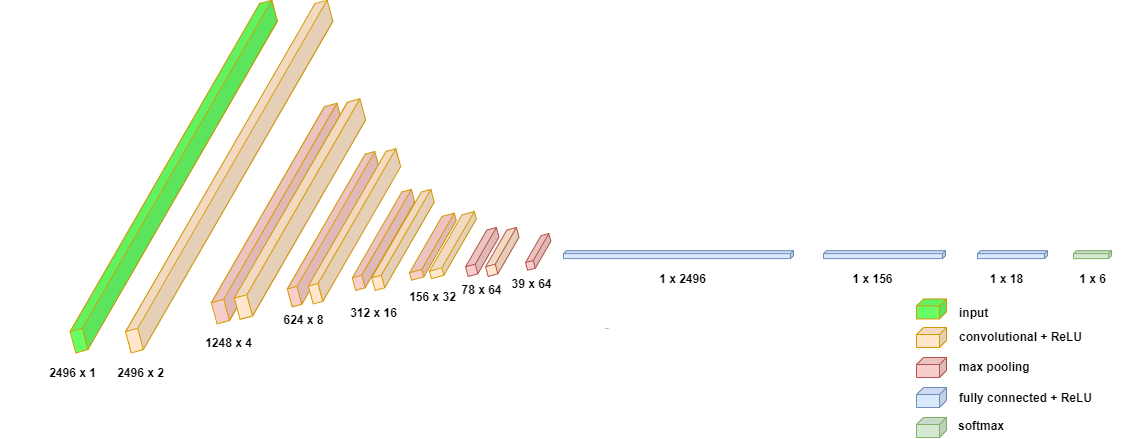
Earlier version of the draw.io export 1D CNN.png (krupaanand312jc/EMG_Hand_Movements_NN). Source tidied: cells renumbered, new cells last; positions are measured from the earlier drawing's top-left corner, leaving out a move shared by most shapes.
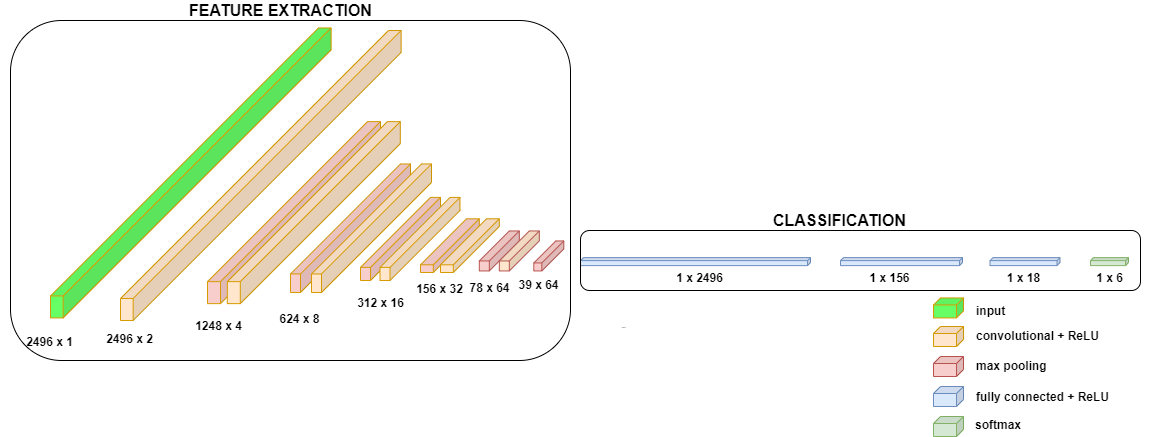
After the change.

Diff of the diagram source:
```diff
@@ -2,30 +2,30 @@
   <root>
     <mxCell id="0" />
     <mxCell id="1" parent="0" />
-    <mxCell id="2" style="shape=cube;whiteSpace=wrap;html=1;boundedLbl=1;backgroundOutline=1;darkOpacity=0.05;darkOpacity2=0.1;size=160;direction=east;flipH=1;strokeColor=#d79b00;rotation=345;fillColor=#F8CECC;" parent="1" vertex="1">
-      <mxGeometry x="167" y="91.1" width="173" height="182" as="geometry" />
-    </mxCell>
-    <mxCell id="3" style="shape=cube;whiteSpace=wrap;html=1;boundedLbl=1;backgroundOutline=1;darkOpacity=0.05;darkOpacity2=0.1;size=110;direction=east;flipH=1;strokeColor=#d79b00;rotation=345;fillColor=#F8CECC;" parent="1" vertex="1">
-      <mxGeometry x="250" y="133.4" width="120" height="128.6" as="geometry" />
-    </mxCell>
-    <mxCell id="4" style="shape=cube;whiteSpace=wrap;html=1;boundedLbl=1;backgroundOutline=1;darkOpacity=0.05;darkOpacity2=0.1;size=70;direction=east;flipH=1;strokeColor=#d79b00;rotation=345;fillColor=#F8CECC;" parent="1" vertex="1">
-      <mxGeometry x="320" y="166.9" width="80" height="83.1" as="geometry" />
-    </mxCell>
-    <mxCell id="5" style="shape=cube;whiteSpace=wrap;html=1;boundedLbl=1;backgroundOutline=1;darkOpacity=0.05;darkOpacity2=0.1;size=46;direction=east;flipH=1;strokeColor=#d79b00;rotation=345;fillColor=#F8CECC;" parent="1" vertex="1">
-      <mxGeometry x="380" y="188.3" width="58.8" height="53.7" as="geometry" />
-    </mxCell>
-    <mxCell id="6" style="shape=cube;whiteSpace=wrap;html=1;boundedLbl=1;backgroundOutline=1;darkOpacity=0.05;darkOpacity2=0.1;size=22;direction=east;flipH=1;fillColor=#f8cecc;strokeColor=#b85450;rotation=345;" parent="1" vertex="1">
-      <mxGeometry x="499.7" y="205.4" width="30" height="30" as="geometry" />
-    </mxCell>
-    <mxCell id="7" style="shape=cube;whiteSpace=wrap;html=1;boundedLbl=1;backgroundOutline=1;darkOpacity=0.05;darkOpacity2=0.1;size=3;direction=east;flipH=1;fillColor=#dae8fc;strokeColor=#6c8ebf;" parent="1" vertex="1">
-      <mxGeometry x="540" y="219.1" width="230" height="8" as="geometry" />
-    </mxCell>
-    <mxCell id="8" style="shape=cube;whiteSpace=wrap;html=1;boundedLbl=1;backgroundOutline=1;darkOpacity=0.05;darkOpacity2=0.1;size=3;direction=east;flipH=1;fillColor=#dae8fc;strokeColor=#6c8ebf;" parent="1" vertex="1">
-      <mxGeometry x="800" y="219.1" width="122" height="8" as="geometry" />
-    </mxCell>
-    <mxCell id="9" style="shape=cube;whiteSpace=wrap;html=1;boundedLbl=1;backgroundOutline=1;darkOpacity=0.05;darkOpacity2=0.1;size=3;direction=east;flipH=1;fillColor=#dae8fc;strokeColor=#6c8ebf;" parent="1" vertex="1">
-      <mxGeometry x="954" y="219.1" width="70" height="8" as="geometry" />
-    </mxCell>
+    <mxCell id="42" style="shape=cube;whiteSpace=wrap;html=1;boundedLbl=1;backgroundOutline=1;darkOpacity=0.05;darkOpacity2=0.1;size=160;direction=east;flipH=1;strokeColor=#d79b00;rotation=0;fillColor=#F8CECC;" parent="1" vertex="1">
+      <mxGeometry x="167" y="91.1" width="173" height="182" as="geometry" />
+    </mxCell>
+    <mxCell id="43" style="shape=cube;whiteSpace=wrap;html=1;boundedLbl=1;backgroundOutline=1;darkOpacity=0.05;darkOpacity2=0.1;size=110;direction=east;flipH=1;strokeColor=#d79b00;rotation=0;fillColor=#F8CECC;" parent="1" vertex="1">
+      <mxGeometry x="250" y="133.4" width="120" height="128.6" as="geometry" />
+    </mxCell>
+    <mxCell id="44" style="shape=cube;whiteSpace=wrap;html=1;boundedLbl=1;backgroundOutline=1;darkOpacity=0.05;darkOpacity2=0.1;size=70;direction=east;flipH=1;strokeColor=#d79b00;rotation=0;fillColor=#F8CECC;" parent="1" vertex="1">
+      <mxGeometry x="320" y="166.9" width="80" height="83.1" as="geometry" />
+    </mxCell>
+    <mxCell id="45" style="shape=cube;whiteSpace=wrap;html=1;boundedLbl=1;backgroundOutline=1;darkOpacity=0.05;darkOpacity2=0.1;size=46;direction=east;flipH=1;strokeColor=#d79b00;rotation=0;fillColor=#F8CECC;" parent="1" vertex="1">
+      <mxGeometry x="380" y="188.3" width="58.8" height="53.7" as="geometry" />
+    </mxCell>
+    <mxCell id="46" style="shape=cube;whiteSpace=wrap;html=1;boundedLbl=1;backgroundOutline=1;darkOpacity=0.05;darkOpacity2=0.1;size=22;direction=east;flipH=1;fillColor=#f8cecc;strokeColor=#b85450;rotation=0;" parent="1" vertex="1">
+      <mxGeometry x="493.3" y="210.4" width="30" height="30" as="geometry" />
+    </mxCell>
+    <mxCell id="47" style="shape=cube;whiteSpace=wrap;html=1;boundedLbl=1;backgroundOutline=1;darkOpacity=0.05;darkOpacity2=0.1;size=3;direction=east;flipH=1;fillColor=#dae8fc;strokeColor=#6c8ebf;" parent="1" vertex="1">
+      <mxGeometry x="540" y="227.1" width="230" height="8" as="geometry" />
+    </mxCell>
+    <mxCell id="48" style="shape=cube;whiteSpace=wrap;html=1;boundedLbl=1;backgroundOutline=1;darkOpacity=0.05;darkOpacity2=0.1;size=3;direction=east;flipH=1;fillColor=#dae8fc;strokeColor=#6c8ebf;" parent="1" vertex="1">
+      <mxGeometry x="800" y="227.1" width="122" height="8" as="geometry" />
+    </mxCell>
+    <mxCell id="49" style="shape=cube;whiteSpace=wrap;html=1;boundedLbl=1;backgroundOutline=1;darkOpacity=0.05;darkOpacity2=0.1;size=3;direction=east;flipH=1;fillColor=#dae8fc;strokeColor=#6c8ebf;" parent="1" vertex="1">
+      <mxGeometry x="949.5" y="227.1" width="70" height="8" as="geometry" />
+    </mxCell>
     <mxCell id="10" style="shape=cube;whiteSpace=wrap;html=1;boundedLbl=1;backgroundOutline=1;darkOpacity=0.05;darkOpacity2=0.1;size=7;direction=east;flipH=1;fillColor=#ffe6cc;strokeColor=#d79b00;" parent="1" vertex="1">
       <mxGeometry x="893" y="296" width="30" height="20" as="geometry" />
     </mxCell>
@@ -35,14 +35,14 @@
     <mxCell id="12" style="shape=cube;whiteSpace=wrap;html=1;boundedLbl=1;backgroundOutline=1;darkOpacity=0.05;darkOpacity2=0.1;size=7;direction=east;flipH=1;fillColor=#dae8fc;strokeColor=#6c8ebf;" parent="1" vertex="1">
       <mxGeometry x="893" y="356" width="30" height="20" as="geometry" />
     </mxCell>
-    <mxCell id="13" style="shape=cube;whiteSpace=wrap;html=1;boundedLbl=1;backgroundOutline=1;darkOpacity=0.05;darkOpacity2=0.1;size=3;direction=east;flipH=1;fillColor=#d5e8d4;strokeColor=#82b366;" parent="1" vertex="1">
-      <mxGeometry x="1050" y="219.1" width="38" height="8" as="geometry" />
-    </mxCell>
+    <mxCell id="50" style="shape=cube;whiteSpace=wrap;html=1;boundedLbl=1;backgroundOutline=1;darkOpacity=0.05;darkOpacity2=0.1;size=3;direction=east;flipH=1;fillColor=#d5e8d4;strokeColor=#82b366;" parent="1" vertex="1">
+      <mxGeometry x="1050" y="227.1" width="38" height="8" as="geometry" />
+    </mxCell>
     <mxCell id="14" style="shape=cube;whiteSpace=wrap;html=1;boundedLbl=1;backgroundOutline=1;darkOpacity=0.05;darkOpacity2=0.1;size=7;direction=east;flipH=1;fillColor=#d5e8d4;strokeColor=#82b366;" parent="1" vertex="1">
       <mxGeometry x="893" y="386" width="30" height="20" as="geometry" />
     </mxCell>
     <mxCell id="15" value="2496 x 2" style="text;html=1;strokeColor=none;fillColor=none;align=center;verticalAlign=middle;whiteSpace=wrap;rounded=0;fontStyle=1;" parent="1" vertex="1">
-      <mxGeometry x="68" y="326" width="99" height="30" as="geometry" />
+      <mxGeometry x="40" y="293.1" width="99" height="30" as="geometry" />
     </mxCell>
     <mxCell id="16" value="convolutional + ReLU" style="text;html=1;strokeColor=none;fillColor=none;align=left;verticalAlign=middle;whiteSpace=wrap;rounded=0;fontStyle=1;" parent="1" vertex="1">
       <mxGeometry x="934" y="293.1" width="138" height="23.9" as="geometry" />
@@ -56,50 +56,50 @@
     <mxCell id="19" value="softmax" style="text;html=1;strokeColor=none;fillColor=none;align=left;verticalAlign=middle;whiteSpace=wrap;rounded=0;fontStyle=1;" parent="1" vertex="1">
       <mxGeometry x="933" y="382.1" width="138" height="23.9" as="geometry" />
     </mxCell>
-    <mxCell id="20" style="shape=cube;whiteSpace=wrap;html=1;boundedLbl=1;backgroundOutline=1;darkOpacity=0.05;darkOpacity2=0.1;size=30;direction=east;flipH=1;fillColor=#f8cecc;strokeColor=#b85450;rotation=345;" parent="1" vertex="1">
-      <mxGeometry x="438.8" y="200.4" width="40" height="40" as="geometry" />
-    </mxCell>
-    <mxCell id="21" style="shape=cube;whiteSpace=wrap;html=1;boundedLbl=1;backgroundOutline=1;darkOpacity=0.05;darkOpacity2=0.1;size=268;direction=east;flipH=1;strokeColor=#d79b00;fillColor=#66FF66;rotation=-15;" parent="1" vertex="1">
-      <mxGeometry x="10" width="280.6" height="290" as="geometry" />
-    </mxCell>
-    <mxCell id="22" style="shape=cube;whiteSpace=wrap;html=1;boundedLbl=1;backgroundOutline=1;darkOpacity=0.05;darkOpacity2=0.1;size=268;direction=east;flipH=1;strokeColor=#d79b00;fillColor=#FFE6CC;rotation=345;" parent="1" vertex="1">
-      <mxGeometry x="65.4" width="280.6" height="290" as="geometry" />
-    </mxCell>
-    <mxCell id="23" style="shape=cube;whiteSpace=wrap;html=1;boundedLbl=1;backgroundOutline=1;darkOpacity=0.05;darkOpacity2=0.1;size=160;direction=east;flipH=1;fillColor=#ffe6cc;strokeColor=#d79b00;rotation=345;" parent="1" vertex="1">
-      <mxGeometry x="190" y="86.6" width="173" height="182" as="geometry" />
-    </mxCell>
-    <mxCell id="24" style="shape=cube;whiteSpace=wrap;html=1;boundedLbl=1;backgroundOutline=1;darkOpacity=0.05;darkOpacity2=0.1;size=110;direction=east;flipH=1;fillColor=#ffe6cc;strokeColor=#d79b00;rotation=345;" parent="1" vertex="1">
-      <mxGeometry x="271" y="130.6" width="120" height="128.6" as="geometry" />
-    </mxCell>
-    <mxCell id="25" style="shape=cube;whiteSpace=wrap;html=1;boundedLbl=1;backgroundOutline=1;darkOpacity=0.05;darkOpacity2=0.1;size=70;direction=east;flipH=1;fillColor=#ffe6cc;strokeColor=#d79b00;rotation=345;" parent="1" vertex="1">
-      <mxGeometry x="339.5" y="166.9" width="80" height="83.1" as="geometry" />
-    </mxCell>
-    <mxCell id="26" style="shape=cube;whiteSpace=wrap;html=1;boundedLbl=1;backgroundOutline=1;darkOpacity=0.05;darkOpacity2=0.1;size=46;direction=east;flipH=1;fillColor=#ffe6cc;strokeColor=#d79b00;rotation=345;" parent="1" vertex="1">
-      <mxGeometry x="400" y="186.7" width="58.8" height="53.7" as="geometry" />
-    </mxCell>
-    <mxCell id="27" style="shape=cube;whiteSpace=wrap;html=1;boundedLbl=1;backgroundOutline=1;darkOpacity=0.05;darkOpacity2=0.1;size=30;direction=east;flipH=1;strokeColor=#b85450;rotation=345;fillColor=#FFE6CC;" parent="1" vertex="1">
-      <mxGeometry x="458.8" y="200.4" width="40" height="40" as="geometry" />
-    </mxCell>
+    <mxCell id="51" style="shape=cube;whiteSpace=wrap;html=1;boundedLbl=1;backgroundOutline=1;darkOpacity=0.05;darkOpacity2=0.1;size=30;direction=east;flipH=1;fillColor=#f8cecc;strokeColor=#b85450;rotation=0;" parent="1" vertex="1">
+      <mxGeometry x="438.8" y="200.4" width="40" height="40" as="geometry" />
+    </mxCell>
+    <mxCell id="52" style="shape=cube;whiteSpace=wrap;html=1;boundedLbl=1;backgroundOutline=1;darkOpacity=0.05;darkOpacity2=0.1;size=268;direction=east;flipH=1;strokeColor=#d79b00;fillColor=#66FF66;rotation=0;" parent="1" vertex="1">
+      <mxGeometry x="10" y="-2.6" width="280.6" height="290" as="geometry" />
+    </mxCell>
+    <mxCell id="53" style="shape=cube;whiteSpace=wrap;html=1;boundedLbl=1;backgroundOutline=1;darkOpacity=0.05;darkOpacity2=0.1;size=268;direction=east;flipH=1;strokeColor=#d79b00;fillColor=#FFE6CC;rotation=0;" parent="1" vertex="1">
+      <mxGeometry x="80" width="280.6" height="290" as="geometry" />
+    </mxCell>
+    <mxCell id="54" style="shape=cube;whiteSpace=wrap;html=1;boundedLbl=1;backgroundOutline=1;darkOpacity=0.05;darkOpacity2=0.1;size=160;direction=east;flipH=1;fillColor=#ffe6cc;strokeColor=#d79b00;rotation=0;" parent="1" vertex="1">
+      <mxGeometry x="186.8" y="91.1" width="173" height="182" as="geometry" />
+    </mxCell>
+    <mxCell id="55" style="shape=cube;whiteSpace=wrap;html=1;boundedLbl=1;backgroundOutline=1;darkOpacity=0.05;darkOpacity2=0.1;size=110;direction=east;flipH=1;fillColor=#ffe6cc;strokeColor=#d79b00;rotation=0;" parent="1" vertex="1">
+      <mxGeometry x="271" y="133.4" width="120" height="128.6" as="geometry" />
+    </mxCell>
+    <mxCell id="56" style="shape=cube;whiteSpace=wrap;html=1;boundedLbl=1;backgroundOutline=1;darkOpacity=0.05;darkOpacity2=0.1;size=70;direction=east;flipH=1;fillColor=#ffe6cc;strokeColor=#d79b00;rotation=0;" parent="1" vertex="1">
+      <mxGeometry x="339.5" y="166.9" width="80" height="83.1" as="geometry" />
+    </mxCell>
+    <mxCell id="57" style="shape=cube;whiteSpace=wrap;html=1;boundedLbl=1;backgroundOutline=1;darkOpacity=0.05;darkOpacity2=0.1;size=46;direction=east;flipH=1;fillColor=#ffe6cc;strokeColor=#d79b00;rotation=0;" parent="1" vertex="1">
+      <mxGeometry x="400" y="188.3" width="58.8" height="53.7" as="geometry" />
+    </mxCell>
+    <mxCell id="58" style="shape=cube;whiteSpace=wrap;html=1;boundedLbl=1;backgroundOutline=1;darkOpacity=0.05;darkOpacity2=0.1;size=30;direction=east;flipH=1;strokeColor=#b85450;rotation=0;fillColor=#FFE6CC;" parent="1" vertex="1">
+      <mxGeometry x="458.8" y="200.4" width="40" height="40" as="geometry" />
+    </mxCell>
     <mxCell id="28" value="1248 x 4" style="text;html=1;strokeColor=none;fillColor=none;align=center;verticalAlign=middle;whiteSpace=wrap;rounded=0;fontStyle=1;" parent="1" vertex="1">
-      <mxGeometry x="156.2" y="296" width="99" height="30" as="geometry" />
+      <mxGeometry x="129" y="280" width="99" height="30" as="geometry" />
     </mxCell>
     <mxCell id="29" value="624 x 8" style="text;html=1;strokeColor=none;fillColor=none;align=center;verticalAlign=middle;whiteSpace=wrap;rounded=0;fontStyle=1;" parent="1" vertex="1">
-      <mxGeometry x="231" y="273.1" width="99" height="30" as="geometry" />
+      <mxGeometry x="210" y="273.1" width="99" height="30" as="geometry" />
     </mxCell>
     <mxCell id="30" value="312 x 16" style="text;html=1;strokeColor=none;fillColor=none;align=center;verticalAlign=middle;whiteSpace=wrap;rounded=0;fontStyle=1;" parent="1" vertex="1">
-      <mxGeometry x="301" y="266" width="99" height="30" as="geometry" />
+      <mxGeometry x="290.6" y="257.4" width="99" height="30" as="geometry" />
     </mxCell>
     <mxCell id="31" value="156 x 32" style="text;html=1;strokeColor=none;fillColor=none;align=center;verticalAlign=middle;whiteSpace=wrap;rounded=0;fontStyle=1;" parent="1" vertex="1">
-      <mxGeometry x="359.8" y="250" width="99" height="30" as="geometry" />
+      <mxGeometry x="350" y="243.1" width="99" height="30" as="geometry" />
     </mxCell>
     <mxCell id="32" value="78 x 64" style="text;html=1;strokeColor=none;fillColor=none;align=center;verticalAlign=middle;whiteSpace=wrap;rounded=0;fontStyle=1;" parent="1" vertex="1">
-      <mxGeometry x="409.3" y="243.1" width="99" height="30" as="geometry" />
+      <mxGeometry x="400" y="242" width="99" height="30" as="geometry" />
     </mxCell>
     <mxCell id="33" value="FFE6CC" style="text;whiteSpace=wrap;html=1;fontSize=1;" parent="1" vertex="1">
       <mxGeometry x="580" y="290" width="30" height="20" as="geometry" />
     </mxCell>
     <mxCell id="34" value="39 x 64" style="text;html=1;strokeColor=none;fillColor=none;align=center;verticalAlign=middle;whiteSpace=wrap;rounded=0;fontStyle=1;" parent="1" vertex="1">
-      <mxGeometry x="458.8" y="237.4" width="99" height="30" as="geometry" />
+      <mxGeometry x="449" y="238.6" width="99" height="30" as="geometry" />
     </mxCell>
     <mxCell id="35" value="1 x 2496" style="text;html=1;strokeColor=none;fillColor=none;align=center;verticalAlign=middle;whiteSpace=wrap;rounded=0;fontStyle=1;" parent="1" vertex="1">
       <mxGeometry x="610" y="235.4" width="99" height="24" as="geometry" />
@@ -114,7 +114,7 @@
       <mxGeometry x="1019.5" y="235.1" width="99" height="24" as="geometry" />
     </mxCell>
     <mxCell id="39" value="2496 x 1" style="text;html=1;strokeColor=none;fillColor=none;align=center;verticalAlign=middle;whiteSpace=wrap;rounded=0;fontStyle=1;" parent="1" vertex="1">
-      <mxGeometry y="326" width="99" height="30" as="geometry" />
+      <mxGeometry x="-40" y="296" width="99" height="30" as="geometry" />
     </mxCell>
     <mxCell id="40" style="shape=cube;whiteSpace=wrap;html=1;boundedLbl=1;backgroundOutline=1;darkOpacity=0.05;darkOpacity2=0.1;size=7;direction=east;flipH=1;strokeColor=#d79b00;fillColor=#66FF66;" parent="1" vertex="1">
       <mxGeometry x="893" y="267.4" width="30" height="20" as="geometry" />
@@ -122,5 +122,17 @@
     <mxCell id="41" value="input" style="text;html=1;strokeColor=none;fillColor=none;align=left;verticalAlign=middle;whiteSpace=wrap;rounded=0;fontStyle=1;" parent="1" vertex="1">
       <mxGeometry x="934" y="268.6" width="138" height="23.9" as="geometry" />
     </mxCell>
+    <mxCell id="59" style="rounded=1;whiteSpace=wrap;html=1;sketch=0;strokeColor=#000000;fillColor=none;" parent="1" vertex="1">
+      <mxGeometry x="-30" y="-10" width="560" height="340" as="geometry" />
+    </mxCell>
+    <mxCell id="60" value="&lt;font size=&quot;3&quot;&gt;&lt;b&gt;FEATURE EXTRACTION&lt;/b&gt;&lt;/font&gt;" style="text;html=1;align=center;verticalAlign=middle;fillColor=none;strokeColor=none;rounded=0;sketch=0;" parent="1" vertex="1">
+      <mxGeometry x="140" y="-30" width="200" height="20" as="geometry" />
+    </mxCell>
+    <mxCell id="61" style="rounded=1;whiteSpace=wrap;html=1;sketch=0;strokeColor=#000000;fillColor=none;" parent="1" vertex="1">
+      <mxGeometry x="540" y="200" width="560" height="60" as="geometry" />
+    </mxCell>
+    <mxCell id="62" value="&lt;font size=&quot;3&quot;&gt;&lt;b&gt;CLASSIFICATION&lt;/b&gt;&lt;/font&gt;" style="text;html=1;align=center;verticalAlign=middle;fillColor=none;strokeColor=none;rounded=0;sketch=0;" parent="1" vertex="1">
+      <mxGeometry x="724" y="180" width="150" height="20" as="geometry" />
+    </mxCell>
   </root>
 </mxGraphModel>
```
